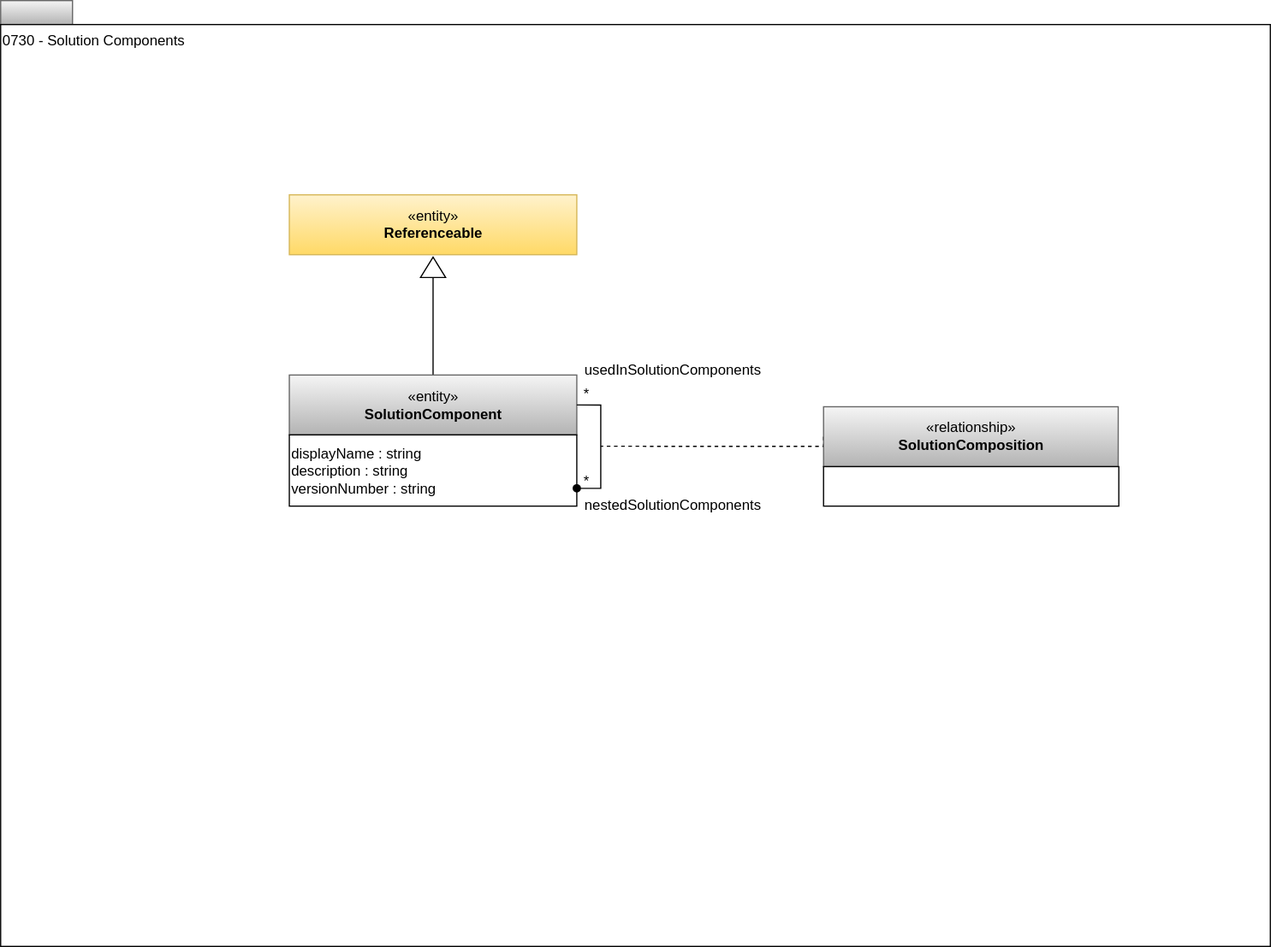
odpi/egeria-docs keeps this draw.io diagram as site/docs/types/7/0730-Solution-Components.svg. Above is the earlier version. Source tidied: cells renumbered, new cells last; positions are measured from the earlier drawing's top-left corner, leaving out a move shared by most shapes.
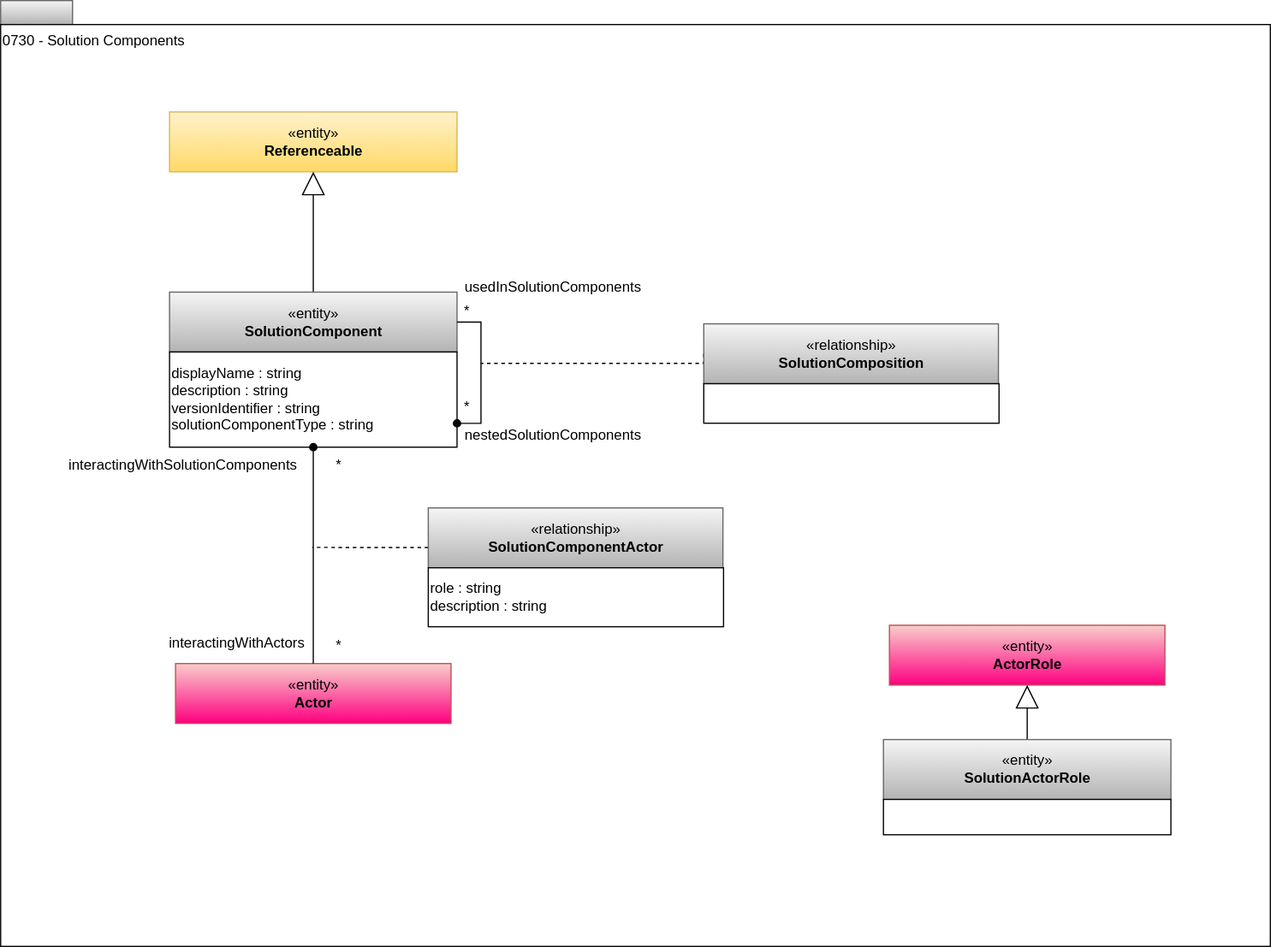
After the commit.

The edit, as a diff of the source:
```diff
@@ -9,48 +9,89 @@
       <mxGeometry y="20" width="1060" height="770" as="geometry" />
     </mxCell>
     <mxCell id="4" value="«entity»&lt;br&gt;&lt;b&gt;Referenceable&lt;/b&gt;" style="html=1;strokeColor=#d6b656;align=center;fillColor=#fff2cc;gradientColor=#ffd966;" parent="1" vertex="1">
-      <mxGeometry x="241" y="162.2" width="240" height="50" as="geometry" />
+      <mxGeometry x="141" y="93" width="240" height="50" as="geometry" />
     </mxCell>
     <mxCell id="5" style="edgeStyle=orthogonalEdgeStyle;rounded=0;html=1;exitX=0;exitY=0.5;dashed=1;endArrow=none;endFill=0;jettySize=auto;exitDx=0;exitDy=0;" parent="1" edge="1" source="6">
       <mxGeometry relative="1" as="geometry">
-        <mxPoint x="501" y="372.2" as="targetPoint" />
+        <mxPoint x="401" y="303" as="targetPoint" />
         <Array as="points">
-          <mxPoint x="687" y="372" />
+          <mxPoint x="587" y="302.8" />
         </Array>
       </mxGeometry>
     </mxCell>
     <mxCell id="6" value="«relationship»&lt;br&gt;&lt;b&gt;SolutionComposition&lt;/b&gt;" style="html=1;strokeColor=#666666;align=center;fillColor=#f5f5f5;gradientColor=#b3b3b3;" parent="1" vertex="1">
-      <mxGeometry x="687" y="339.2" width="246" height="50" as="geometry" />
+      <mxGeometry x="587" y="270" width="246" height="50" as="geometry" />
     </mxCell>
     <mxCell id="7" style="rounded=0;whiteSpace=wrap;html=1;strokeColor=#000000;gradientColor=#ffffff;align=left;" parent="1" vertex="1">
-      <mxGeometry x="687" y="389.2" width="246.5" height="33" as="geometry" />
+      <mxGeometry x="587" y="320" width="246.5" height="33" as="geometry" />
     </mxCell>
-    <mxCell id="8" style="edgeStyle=orthogonalEdgeStyle;rounded=0;html=1;exitX=0;exitY=0.5;entryX=0.5;entryY=0;jettySize=auto;endArrow=none;endFill=0;" parent="1" edge="1" source="9" target="10">
+    <mxCell id="8" style="edgeStyle=orthogonalEdgeStyle;rounded=0;jettySize=auto;html=1;exitX=0.5;exitY=0;exitDx=0;exitDy=0;endArrow=block;endFill=0;endSize=17;" parent="1" edge="1" source="9" target="4">
       <mxGeometry relative="1" as="geometry" />
     </mxCell>
-    <mxCell id="9" style="triangle;whiteSpace=wrap;html=1;strokeColor=#000000;gradientColor=#ffffff;align=center;rotation=-90;" parent="1" vertex="1">
-      <mxGeometry x="352.5" y="212.2" width="17" height="21" as="geometry" />
+    <mxCell id="9" value="«entity»&lt;br&gt;&lt;b&gt;SolutionComponent&lt;/b&gt;" style="html=1;strokeColor=#666666;align=center;fillColor=#f5f5f5;gradientColor=#b3b3b3;" parent="1" vertex="1">
+      <mxGeometry x="141" y="243.5" width="240" height="50" as="geometry" />
     </mxCell>
-    <mxCell id="10" value="«entity»&lt;br&gt;&lt;b&gt;SolutionComponent&lt;/b&gt;" style="html=1;strokeColor=#666666;align=center;fillColor=#f5f5f5;gradientColor=#b3b3b3;" parent="1" vertex="1">
-      <mxGeometry x="241" y="312.8" width="240" height="50" as="geometry" />
+    <mxCell id="10" value="displayName : string&lt;br&gt;description : string&lt;br&gt;versionIdentifier : string&lt;br&gt;&lt;div style=&quot;text-align: left&quot;&gt;&lt;/div&gt;&lt;div&gt;solutionComponentType : string&lt;/div&gt;" style="rounded=0;whiteSpace=wrap;html=1;strokeColor=#000000;gradientColor=#ffffff;align=left;" parent="1" vertex="1">
+      <mxGeometry x="141" y="293.5" width="240" height="79.5" as="geometry" />
     </mxCell>
-    <mxCell id="11" value="displayName : string&lt;br&gt;description : string&lt;br&gt;versionNumber : string&lt;br&gt;&lt;div style=&quot;text-align: left&quot;&gt;&lt;/div&gt;" style="rounded=0;whiteSpace=wrap;html=1;strokeColor=#000000;gradientColor=#ffffff;align=left;" parent="1" vertex="1">
-      <mxGeometry x="241" y="362.8" width="240" height="59.5" as="geometry" />
+    <mxCell id="11" value="usedInSolutionComponents" style="text;html=1;points=[];align=center;verticalAlign=top;spacingTop=-4;" parent="1" vertex="1">
+      <mxGeometry x="381" y="229.5" width="160" height="20" as="geometry" />
     </mxCell>
-    <mxCell id="12" value="usedInSolutionComponents" style="text;html=1;align=center;verticalAlign=top;spacingTop=-4;" parent="1" vertex="1">
-      <mxGeometry x="481" y="298.8" width="160" height="20" as="geometry" />
+    <mxCell id="12" value="*" style="text;html=1;align=center;verticalAlign=top;spacingTop=-4;" parent="1" vertex="1">
+      <mxGeometry x="381" y="249.5" width="15" height="14" as="geometry" />
     </mxCell>
     <mxCell id="13" value="*" style="text;html=1;align=center;verticalAlign=top;spacingTop=-4;" parent="1" vertex="1">
-      <mxGeometry x="481" y="318.8" width="15" height="14" as="geometry" />
+      <mxGeometry x="381" y="329.5" width="15" height="14" as="geometry" />
     </mxCell>
-    <mxCell id="14" value="*" style="text;html=1;align=center;verticalAlign=top;spacingTop=-4;" parent="1" vertex="1">
-      <mxGeometry x="481" y="392.2" width="15" height="14" as="geometry" />
+    <mxCell id="14" value="nestedSolutionComponents" style="text;html=1;align=center;verticalAlign=top;spacingTop=-4;" parent="1" vertex="1">
+      <mxGeometry x="381" y="353" width="160" height="20" as="geometry" />
     </mxCell>
-    <mxCell id="15" value="nestedSolutionComponents" style="text;html=1;align=center;verticalAlign=top;spacingTop=-4;" parent="1" vertex="1">
-      <mxGeometry x="481" y="412.2" width="160" height="20" as="geometry" />
+    <mxCell id="15" style="edgeStyle=orthogonalEdgeStyle;rounded=0;html=1;exitX=1;exitY=0.75;entryX=1;entryY=0.5;endArrow=none;endFill=0;jettySize=auto;entryDx=0;entryDy=0;exitDx=0;exitDy=0;startArrow=oval;startFill=1;" parent="1" edge="1" source="10" target="9">
+      <mxGeometry relative="1" as="geometry" />
     </mxCell>
-    <mxCell id="16" style="edgeStyle=orthogonalEdgeStyle;rounded=0;html=1;exitX=1;exitY=0.75;entryX=1;entryY=0.5;endArrow=none;endFill=0;jettySize=auto;entryDx=0;entryDy=0;exitDx=0;exitDy=0;startArrow=oval;startFill=1;" parent="1" edge="1" source="11" target="10">
-      <mxGeometry relative="1" as="geometry" />
+    <mxCell id="16" value="«entity»&lt;br&gt;&lt;b&gt;Actor&lt;/b&gt;" style="html=1;strokeColor=#b85450;align=center;fillColor=#f8cecc;gradientColor=#FF0080;" parent="1" vertex="1">
+      <mxGeometry x="146" y="553.8" width="230" height="50" as="geometry" />
     </mxCell>
+    <mxCell id="17" style="edgeStyle=orthogonalEdgeStyle;rounded=0;html=1;exitX=0;exitY=0.5;dashed=1;endArrow=none;endFill=0;jettySize=auto;exitDx=0;exitDy=0;" parent="1" edge="1" source="18">
+      <mxGeometry relative="1" as="geometry">
+        <mxPoint x="260" y="456.8" as="targetPoint" />
+        <Array as="points">
+          <mxPoint x="446" y="456.5" />
+        </Array>
+      </mxGeometry>
+    </mxCell>
+    <mxCell id="18" value="«relationship»&lt;br&gt;&lt;b&gt;SolutionComponentActor&lt;/b&gt;" style="html=1;strokeColor=#666666;align=center;fillColor=#f5f5f5;gradientColor=#b3b3b3;" parent="1" vertex="1">
+      <mxGeometry x="357" y="423.8" width="246" height="50" as="geometry" />
+    </mxCell>
+    <mxCell id="19" value="role : string&lt;div&gt;description : string&lt;/div&gt;" style="rounded=0;whiteSpace=wrap;html=1;strokeColor=#000000;gradientColor=#ffffff;align=left;" parent="1" vertex="1">
+      <mxGeometry x="357" y="473.8" width="246.5" height="49.2" as="geometry" />
+    </mxCell>
+    <mxCell id="20" value="interactingWithSolutionComponents" style="text;html=1;align=center;verticalAlign=middle;strokeColor=none;fillColor=none;" parent="1" vertex="1">
+      <mxGeometry x="47" y="373" width="210" height="30" as="geometry" />
+    </mxCell>
+    <mxCell id="21" value="interactingWithActors" style="text;html=1;align=center;verticalAlign=middle;strokeColor=none;fillColor=none;" parent="1" vertex="1">
+      <mxGeometry x="127" y="521.8" width="140" height="30" as="geometry" />
+    </mxCell>
+    <mxCell id="22" value="*" style="text;html=1;align=center;verticalAlign=middle;strokeColor=none;fillColor=none;" parent="1" vertex="1">
+      <mxGeometry x="267" y="523.8" width="30" height="30" as="geometry" />
+    </mxCell>
+    <mxCell id="23" value="*" style="text;html=1;align=center;verticalAlign=middle;strokeColor=none;fillColor=none;" parent="1" vertex="1">
+      <mxGeometry x="267" y="373" width="30" height="30" as="geometry" />
+    </mxCell>
+    <mxCell id="24" style="edgeStyle=orthogonalEdgeStyle;rounded=0;jettySize=auto;html=1;exitX=0.5;exitY=1;exitDx=0;exitDy=0;endArrow=none;endFill=0;startArrow=oval;startFill=1;" parent="1" edge="1" source="10" target="16">
+      <mxGeometry relative="1" as="geometry" />
+    </mxCell>
+    <mxCell id="25" value="«entity»&lt;br&gt;&lt;b&gt;ActorRole&lt;/b&gt;" style="html=1;strokeColor=#b85450;align=center;fillColor=#f8cecc;gradientColor=#FF0080;" parent="1" vertex="1">
+      <mxGeometry x="742" y="521.8" width="230" height="50" as="geometry" />
+    </mxCell>
+    <mxCell id="26" style="edgeStyle=orthogonalEdgeStyle;rounded=0;jettySize=auto;html=1;endArrow=block;endFill=0;endSize=17;exitX=0.5;exitY=0;exitDx=0;exitDy=0;entryX=0.5;entryY=1;entryDx=0;entryDy=0;" parent="1" edge="1" source="27" target="25">
+      <mxGeometry relative="1" as="geometry" />
+    </mxCell>
+    <mxCell id="27" value="«entity»&lt;br&gt;&lt;b&gt;SolutionActorRole&lt;/b&gt;" style="html=1;strokeColor=#666666;align=center;fillColor=#f5f5f5;gradientColor=#b3b3b3;" parent="1" vertex="1">
+      <mxGeometry x="737" y="617.2" width="240" height="50" as="geometry" />
+    </mxCell>
+    <mxCell id="28" value="&lt;br&gt;&lt;div style=&quot;text-align: left&quot;&gt;&lt;/div&gt;" style="rounded=0;whiteSpace=wrap;html=1;strokeColor=#000000;gradientColor=#ffffff;align=left;" parent="1" vertex="1">
+      <mxGeometry x="737" y="667.2" width="240" height="29.5" as="geometry" />
+    </mxCell>
   </root>
 </mxGraphModel>
```
